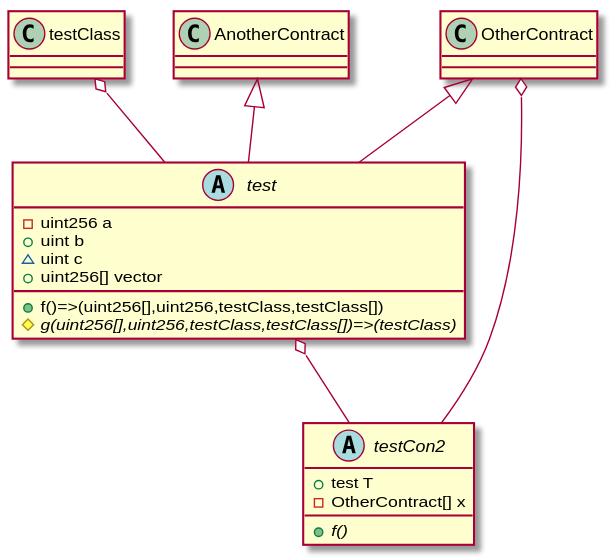
MaxWdeMon/solidity2plantuml keeps this PlantUML diagram as plantUML.svg. Above is the earlier version.
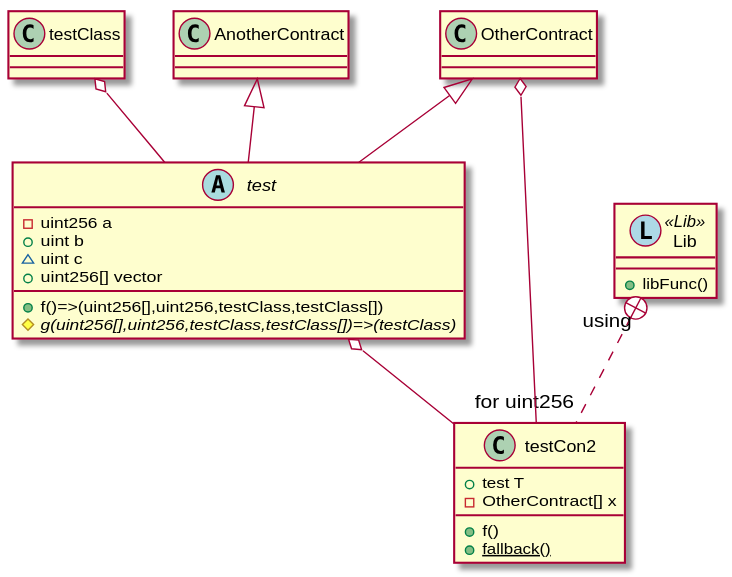
Later version of the same file.

Commit message:
Updating diagram with new features: Abstract, Lib, Struct

The edit, as a diff of the source:
```diff
@@ -1,6 +1,6 @@
 @startuml
 
-abstract class test{
+abstract class test {
 	-uint256 a
 	+uint b
 	~uint c
@@ -11,11 +11,17 @@
 testClass o-- test
 OtherContract <|-- test
 AnotherContract <|-- test
-abstract class testCon2{
+class Lib<<(L,lightblue) Lib>> {
+	+libFunc()
+}
+
+class testCon2 {
 	+test T
 	-OtherContract[] x
-	{abstract}+f()
+	+f()
+	+{static}fallback()
 }
+Lib "using" +.. "for uint256" testCon2
 test o-- testCon2
 OtherContract o-- testCon2
 
```
